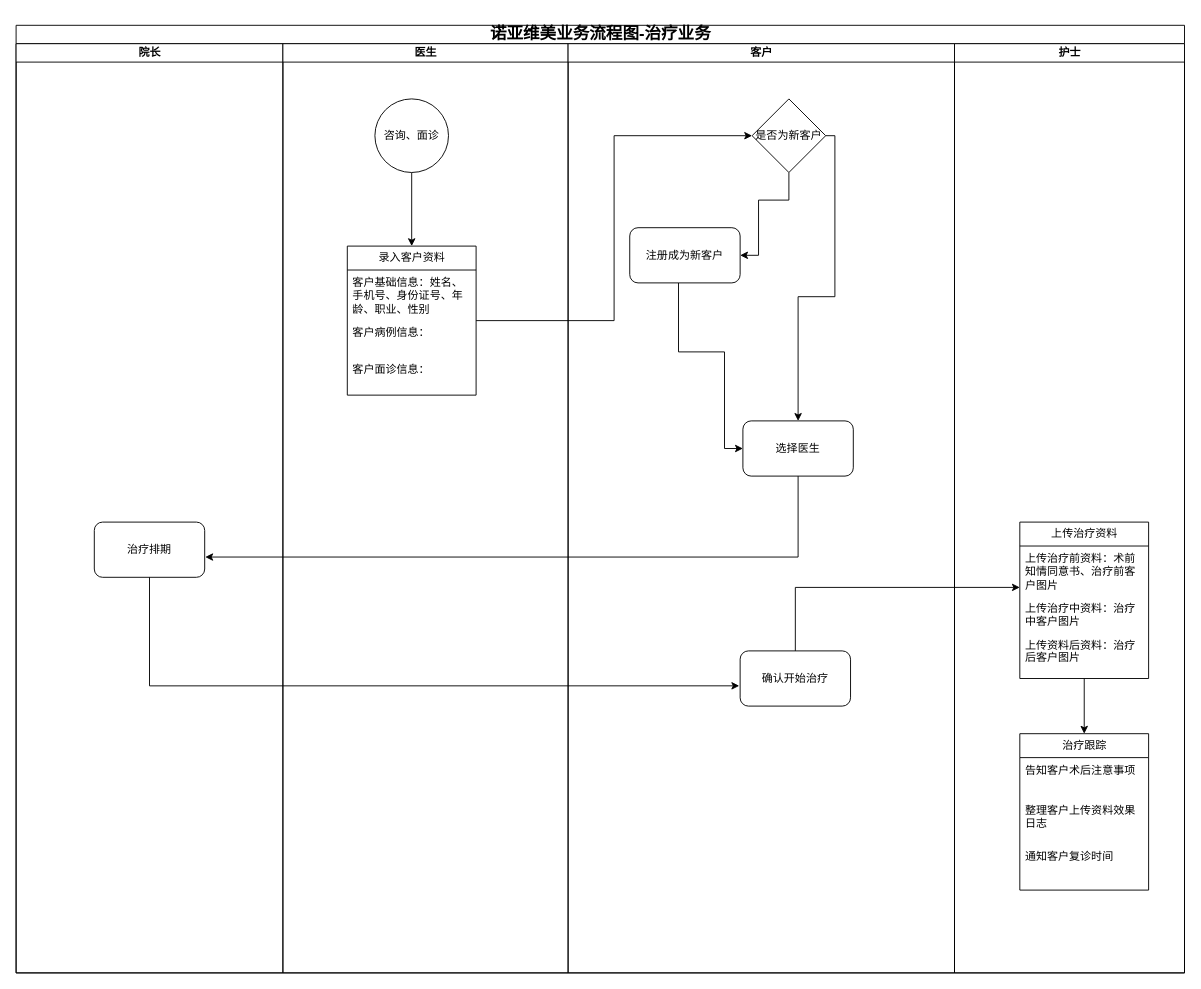
This is 诺亚维美/业务流程图v2.drawio from xuekang/drawio, a draw.io file, before an edit. Source tidied: cells renumbered, new cells numbered last; positions are measured from the earlier drawing's top-left corner, leaving out a move shared by most shapes. Both pictures are drawn from the tidied source at 92%, with x=0, y=0 at pixel (16, 25).
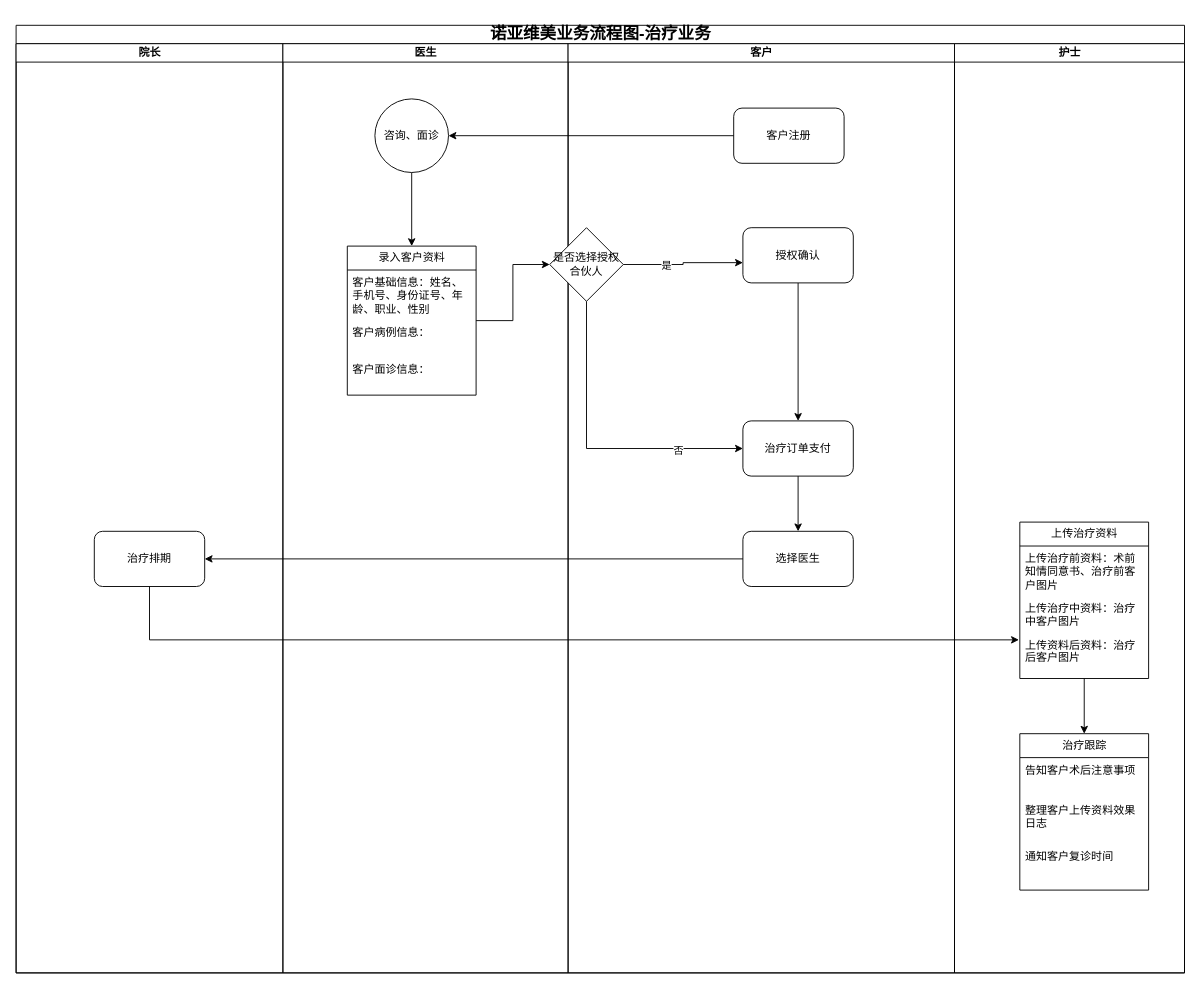
After the change.

Commit message:
更新业务流程图v2.drawio

Unchanged cells that the change refers to:
```xml
<mxCell id="2" value="&lt;p style=&quot;line-height: 120%;&quot;&gt;&lt;font style=&quot;font-size: 18px;&quot;&gt;诺亚维美业务流程图-治疗业务&lt;/font&gt;&lt;/p&gt;" style="swimlane;startSize=20;html=1;" parent="1" vertex="1">
  <mxGeometry width="1270" height="1030" as="geometry" />
</mxCell>
<mxCell id="3" value="院长" style="swimlane;startSize=20;html=1;" parent="2" vertex="1">
  <mxGeometry y="20" width="290" height="1010" as="geometry" />
</mxCell>
<mxCell id="7" value="咨询、面诊" style="ellipse;whiteSpace=wrap;html=1;" parent="5" vertex="1">
  <mxGeometry x="100" y="60" width="80" height="80" as="geometry" />
</mxCell>
<mxCell id="8" value="录入客户资料" style="swimlane;fontStyle=0;horizontal=1;startSize=26;fillColor=none;html=1;" parent="5" vertex="1">
  <mxGeometry x="70" y="220" width="140" height="162" as="geometry" />
</mxCell>
<mxCell id="12" value="客户" style="swimlane;startSize=20;html=1;" parent="2" vertex="1">
  <mxGeometry x="600" y="20" width="420" height="1010" as="geometry" />
</mxCell>
<mxCell id="23" value="上传治疗前资料：术前知情同意书、治疗前客户图片" style="text;strokeColor=none;fillColor=none;align=left;verticalAlign=top;spacingLeft=4;spacingRight=4;overflow=hidden;points=[[0,0.5],[1,0.5]];portConstraint=eastwest;whiteSpace=wrap;html=1;" parent="22" vertex="1">
  <mxGeometry y="26" width="140" height="54" as="geometry" />
</mxCell>
<mxCell id="25" value="上传资料后资料：治疗后客户图片" style="text;strokeColor=none;fillColor=none;align=left;verticalAlign=top;spacingLeft=4;spacingRight=4;overflow=hidden;points=[[0,0.5],[1,0.5]];portConstraint=eastwest;whiteSpace=wrap;html=1;" parent="22" vertex="1">
  <mxGeometry y="120" width="140" height="50" as="geometry" />
</mxCell>
```

Change to the diagram source:
```diff
@@
     <mxCell id="4" value="治疗排期" style="rounded=1;whiteSpace=wrap;html=1;" parent="3" vertex="1">
-      <mxGeometry x="85" y="520" width="120" height="60" as="geometry" />
+      <mxGeometry x="85" y="530" width="120" height="60" as="geometry" />
     </mxCell>
@@
-    <mxCell id="13" style="edgeStyle=orthogonalEdgeStyle;rounded=0;jettySize=auto;html=1;entryX=1;entryY=0.5;entryDx=0;entryDy=0;" parent="12" edge="1" source="15" target="17">
-      <mxGeometry relative="1" as="geometry">
-        <Array as="points">
-          <mxPoint x="240" y="170" />
-          <mxPoint x="207" y="170" />
-          <mxPoint x="207" y="230" />
-        </Array>
-      </mxGeometry>
-    </mxCell>
-    <mxCell id="14" style="edgeStyle=orthogonalEdgeStyle;rounded=0;jettySize=auto;html=1;" parent="12" edge="1" source="15" target="18">
-      <mxGeometry relative="1" as="geometry">
-        <Array as="points">
-          <mxPoint x="290" y="100" />
-          <mxPoint x="290" y="275" />
-          <mxPoint x="250" y="275" />
-        </Array>
-      </mxGeometry>
-    </mxCell>
-    <mxCell id="15" value="是否为新客户" style="rhombus;whiteSpace=wrap;html=1;" parent="12" vertex="1">
-      <mxGeometry x="200" y="60" width="80" height="80" as="geometry" />
-    </mxCell>
-    <mxCell id="16" style="edgeStyle=orthogonalEdgeStyle;rounded=0;jettySize=auto;html=1;entryX=0;entryY=0.5;entryDx=0;entryDy=0;" parent="12" edge="1" source="17" target="18">
-      <mxGeometry relative="1" as="geometry">
-        <Array as="points">
-          <mxPoint x="120" y="335" />
-          <mxPoint x="170" y="335" />
-          <mxPoint x="170" y="440" />
-        </Array>
-      </mxGeometry>
-    </mxCell>
-    <mxCell id="17" value="注册成为新客户" style="rounded=1;whiteSpace=wrap;html=1;" parent="12" vertex="1">
-      <mxGeometry x="67" y="200" width="120" height="60" as="geometry" />
+    <mxCell id="17" value="客户注册" style="rounded=1;whiteSpace=wrap;html=1;" parent="12" vertex="1">
+      <mxGeometry x="180" y="70" width="120" height="60" as="geometry" />
     </mxCell>
+    <mxCell id="34" style="edgeStyle=orthogonalEdgeStyle;rounded=0;jettySize=auto;html=1;exitX=0.5;exitY=1;exitDx=0;exitDy=0;" parent="12" edge="1" source="18" target="41">
+      <mxGeometry relative="1" as="geometry" />
+    </mxCell>
-    <mxCell id="18" value="选择医生" style="rounded=1;whiteSpace=wrap;html=1;" parent="12" vertex="1">
+    <mxCell id="18" value="治疗订单支付" style="rounded=1;whiteSpace=wrap;html=1;" parent="12" vertex="1">
       <mxGeometry x="190" y="410" width="120" height="60" as="geometry" />
     </mxCell>
+    <mxCell id="35" style="edgeStyle=orthogonalEdgeStyle;rounded=0;jettySize=auto;html=1;exitX=0.5;exitY=1;exitDx=0;exitDy=0;" parent="12" edge="1" source="19" target="18">
+      <mxGeometry relative="1" as="geometry" />
+    </mxCell>
-    <mxCell id="19" value="确认开始治疗" style="rounded=1;whiteSpace=wrap;html=1;" parent="12" vertex="1">
-      <mxGeometry x="187" y="660" width="120" height="60" as="geometry" />
+    <mxCell id="19" value="授权确认" style="rounded=1;whiteSpace=wrap;html=1;" parent="12" vertex="1">
+      <mxGeometry x="190" y="200" width="120" height="60" as="geometry" />
     </mxCell>
+    <mxCell id="36" style="edgeStyle=orthogonalEdgeStyle;rounded=0;jettySize=auto;html=1;entryX=0;entryY=0.633;entryDx=0;entryDy=0;entryPerimeter=0;" parent="12" edge="1" source="40" target="19">
+      <mxGeometry relative="1" as="geometry" />
+    </mxCell>
+    <mxCell id="37" value="是" style="edgeLabel;html=1;align=center;verticalAlign=middle;" parent="36" vertex="1">
+      <mxGeometry x="-0.31" relative="1" as="geometry" />
+    </mxCell>
+    <mxCell id="38" style="edgeStyle=orthogonalEdgeStyle;rounded=0;jettySize=auto;html=1;entryX=0;entryY=0.5;entryDx=0;entryDy=0;exitX=0.5;exitY=1;exitDx=0;exitDy=0;" parent="12" edge="1" source="40" target="18">
+      <mxGeometry relative="1" as="geometry" />
+    </mxCell>
+    <mxCell id="39" value="否" style="edgeLabel;html=1;align=center;verticalAlign=middle;" parent="38" vertex="1">
+      <mxGeometry x="0.57" y="-1" relative="1" as="geometry" />
+    </mxCell>
+    <mxCell id="40" value="是否选择授权合伙人" style="rhombus;whiteSpace=wrap;html=1;" parent="12" vertex="1">
+      <mxGeometry x="-20" y="200" width="80" height="80" as="geometry" />
+    </mxCell>
+    <mxCell id="41" value="选择医生" style="rounded=1;whiteSpace=wrap;html=1;" parent="12" vertex="1">
+      <mxGeometry x="190" y="530" width="120" height="60" as="geometry" />
+    </mxCell>
@@
-    <mxCell id="30" style="edgeStyle=orthogonalEdgeStyle;rounded=0;jettySize=auto;html=1;entryX=0;entryY=0.5;entryDx=0;entryDy=0;" parent="2" edge="1" source="8" target="15">
-      <mxGeometry relative="1" as="geometry" />
-    </mxCell>
-    <mxCell id="31" style="edgeStyle=orthogonalEdgeStyle;rounded=0;jettySize=auto;html=1;entryX=1.005;entryY=0.633;entryDx=0;entryDy=0;entryPerimeter=0;" parent="2" edge="1" source="18" target="4">
-      <mxGeometry relative="1" as="geometry">
-        <Array as="points">
-          <mxPoint x="850" y="578" />
-        </Array>
-      </mxGeometry>
-    </mxCell>
-    <mxCell id="32" style="edgeStyle=orthogonalEdgeStyle;rounded=0;jettySize=auto;html=1;entryX=-0.008;entryY=0.633;entryDx=0;entryDy=0;entryPerimeter=0;exitX=0.5;exitY=1;exitDx=0;exitDy=0;" parent="2" edge="1" source="4" target="19">
-      <mxGeometry relative="1" as="geometry" />
-    </mxCell>
-    <mxCell id="33" style="edgeStyle=orthogonalEdgeStyle;rounded=0;jettySize=auto;html=1;entryX=0;entryY=0.833;entryDx=0;entryDy=0;entryPerimeter=0;" parent="2" edge="1" source="19" target="23">
-      <mxGeometry relative="1" as="geometry" />
-    </mxCell>
+    <mxCell id="42" style="edgeStyle=orthogonalEdgeStyle;rounded=0;jettySize=auto;html=1;entryX=1;entryY=0.5;entryDx=0;entryDy=0;" parent="2" edge="1" source="17" target="7">
+      <mxGeometry relative="1" as="geometry" />
+    </mxCell>
+    <mxCell id="43" style="edgeStyle=orthogonalEdgeStyle;rounded=0;jettySize=auto;html=1;entryX=0;entryY=0.5;entryDx=0;entryDy=0;" parent="2" edge="1" source="8" target="40">
+      <mxGeometry relative="1" as="geometry" />
+    </mxCell>
+    <mxCell id="44" style="edgeStyle=orthogonalEdgeStyle;rounded=0;jettySize=auto;html=1;entryX=1;entryY=0.5;entryDx=0;entryDy=0;" parent="2" edge="1" source="41" target="4">
+      <mxGeometry relative="1" as="geometry" />
+    </mxCell>
+    <mxCell id="45" style="edgeStyle=orthogonalEdgeStyle;rounded=0;jettySize=auto;html=1;entryX=-0.007;entryY=0.16;entryDx=0;entryDy=0;entryPerimeter=0;" parent="2" edge="1" source="4" target="25">
+      <mxGeometry relative="1" as="geometry" />
+    </mxCell>
```
